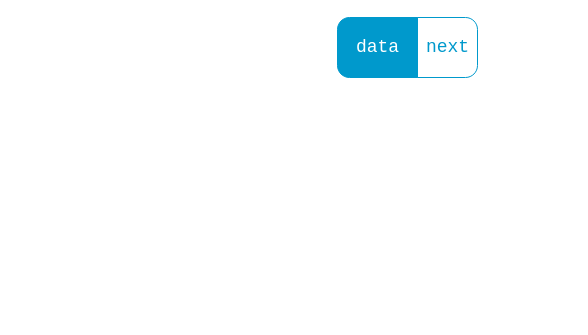
The draw.io diagram page "Node and linked list" (1 of 4) of pictures/linked-list.drawio in vtchitruong/vtchitruong.github.io, before the edit. Source tidied: cells renumbered, new cells numbered last; positions are measured from the earlier drawing's top-left corner, leaving out a move shared by most shapes. Both pictures are drawn from the tidied source at 100%, with x=0, y=0 at pixel (337, 17).
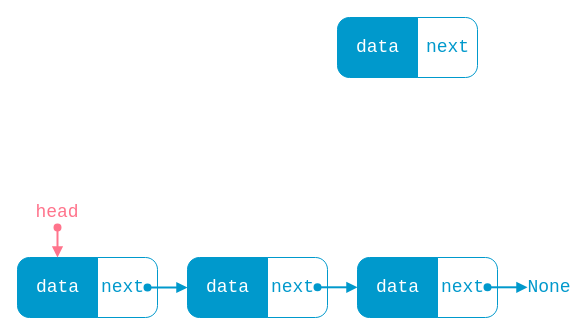
The same diagram, later.

Diff of the diagram source:
```diff
@@
 <mxGraphModel>
   <root>
     <mxCell id="0" />
     <mxCell id="1" parent="0" />
     <mxCell id="2" value="data" style="verticalLabelPosition=middle;verticalAlign=middle;html=1;shape=mxgraph.basic.rect;fillColor2=none;strokeWidth=1;size=12;indent=5;rectStyle=square;topLeftStyle=rounded;bottomLeftStyle=rounded;fillColor=#0099CC;horizontal=1;labelPosition=center;align=center;fontSize=18;fontFamily=Consolas;fontColor=#FFFFFF;strokeColor=#0099CC;" parent="1" vertex="1">
       <mxGeometry width="80" height="60" as="geometry" />
     </mxCell>
     <mxCell id="3" value="next" style="verticalLabelPosition=middle;verticalAlign=middle;html=1;shape=mxgraph.basic.rect;fillColor2=none;strokeWidth=1;size=12;indent=5;rectStyle=square;topLeftStyle=default;bottomLeftStyle=default;fillColor=none;horizontal=1;labelPosition=center;align=center;fontSize=18;fontFamily=Consolas;fontColor=#0099CC;strokeColor=#0099CC;topRightStyle=rounded;bottomRightStyle=rounded;" parent="1" vertex="1">
       <mxGeometry x="80" width="60" height="60" as="geometry" />
     </mxCell>
+    <mxCell id="4" value="data" style="verticalLabelPosition=middle;verticalAlign=middle;html=1;shape=mxgraph.basic.rect;fillColor2=none;strokeWidth=1;size=12;indent=5;rectStyle=square;topLeftStyle=rounded;bottomLeftStyle=rounded;fillColor=#0099CC;horizontal=1;labelPosition=center;align=center;fontSize=18;fontFamily=consolas;fontColor=#FFFFFF;strokeColor=#0099CC;" parent="1" vertex="1">
+      <mxGeometry x="-320" y="240" width="80" height="60" as="geometry" />
+    </mxCell>
+    <mxCell id="5" value="next" style="verticalLabelPosition=middle;verticalAlign=middle;html=1;shape=mxgraph.basic.rect;fillColor2=none;strokeWidth=1;size=12;indent=5;rectStyle=square;topLeftStyle=default;bottomLeftStyle=default;fillColor=none;horizontal=1;labelPosition=center;align=center;fontSize=18;fontFamily=consolas;fontColor=#0099CC;strokeColor=#0099CC;topRightStyle=rounded;bottomRightStyle=rounded;textDirection=ltr;spacingLeft=-10;" parent="1" vertex="1">
+      <mxGeometry x="-240" y="240" width="60" height="60" as="geometry" />
+    </mxCell>
+    <mxCell id="6" value="data" style="verticalLabelPosition=middle;verticalAlign=middle;html=1;shape=mxgraph.basic.rect;fillColor2=none;strokeWidth=1;size=12;indent=5;rectStyle=square;topLeftStyle=rounded;bottomLeftStyle=rounded;fillColor=#0099CC;horizontal=1;labelPosition=center;align=center;fontSize=18;fontFamily=consolas;fontColor=#FFFFFF;strokeColor=#0099CC;" parent="1" vertex="1">
+      <mxGeometry x="-150" y="240" width="80" height="60" as="geometry" />
+    </mxCell>
+    <mxCell id="7" value="next" style="verticalLabelPosition=middle;verticalAlign=middle;html=1;shape=mxgraph.basic.rect;fillColor2=none;strokeWidth=1;size=12;indent=5;rectStyle=square;topLeftStyle=default;bottomLeftStyle=default;fillColor=none;horizontal=1;labelPosition=center;align=center;fontSize=18;fontFamily=consolas;fontColor=#0099CC;strokeColor=#0099CC;topRightStyle=rounded;bottomRightStyle=rounded;spacingLeft=-10;" parent="1" vertex="1">
+      <mxGeometry x="-70" y="240" width="60" height="60" as="geometry" />
+    </mxCell>
+    <mxCell id="8" value="data" style="verticalLabelPosition=middle;verticalAlign=middle;html=1;shape=mxgraph.basic.rect;fillColor2=none;strokeWidth=1;size=12;indent=5;rectStyle=square;topLeftStyle=rounded;bottomLeftStyle=rounded;fillColor=#0099CC;horizontal=1;labelPosition=center;align=center;fontSize=18;fontFamily=consolas;fontColor=#FFFFFF;strokeColor=#0099CC;" parent="1" vertex="1">
+      <mxGeometry x="20" y="240" width="80" height="60" as="geometry" />
+    </mxCell>
+    <mxCell id="9" value="next" style="verticalLabelPosition=middle;verticalAlign=middle;html=1;shape=mxgraph.basic.rect;fillColor2=none;strokeWidth=1;size=12;indent=5;rectStyle=square;topLeftStyle=default;bottomLeftStyle=default;fillColor=none;horizontal=1;labelPosition=center;align=center;fontSize=18;fontFamily=consolas;fontColor=#0099CC;strokeColor=#0099CC;topRightStyle=rounded;bottomRightStyle=rounded;spacingLeft=-10;" parent="1" vertex="1">
+      <mxGeometry x="100" y="240" width="60" height="60" as="geometry" />
+    </mxCell>
+    <mxCell id="10" style="endArrow=block;html=1;rounded=0;fontFamily=consolas;fontSize=18;fontColor=#FFFFFF;strokeColor=#0099CC;endFill=1;strokeWidth=2;startArrow=oval;startFill=1;shadow=0;labelBackgroundColor=#5B9BD5;" parent="1" edge="1">
+      <mxGeometry relative="1" as="geometry">
+        <mxPoint x="-190" y="270" as="sourcePoint" />
+        <mxPoint x="-150" y="270" as="targetPoint" />
+      </mxGeometry>
+    </mxCell>
+    <mxCell id="11" style="endArrow=block;html=1;rounded=0;fontFamily=consolas;fontSize=18;fontColor=#FFFFFF;strokeColor=#0099CC;endFill=1;strokeWidth=2;startArrow=oval;startFill=1;shadow=0;labelBackgroundColor=#5B9BD5;" parent="1" edge="1">
+      <mxGeometry relative="1" as="geometry">
+        <mxPoint x="-20" y="269.8" as="sourcePoint" />
+        <mxPoint x="20" y="269.8" as="targetPoint" />
+      </mxGeometry>
+    </mxCell>
+    <mxCell id="12" style="endArrow=block;html=1;rounded=0;fontFamily=consolas;fontSize=18;fontColor=#FFFFFF;strokeColor=#0099CC;endFill=1;strokeWidth=2;startArrow=oval;startFill=1;shadow=0;labelBackgroundColor=#5B9BD5;" parent="1" edge="1">
+      <mxGeometry relative="1" as="geometry">
+        <mxPoint x="150" y="269.8" as="sourcePoint" />
+        <mxPoint x="190" y="269.8" as="targetPoint" />
+      </mxGeometry>
+    </mxCell>
+    <mxCell id="13" value="head" style="rounded=1;whiteSpace=wrap;html=1;strokeColor=none;fillColor=none;fontFamily=consolas;fontColor=#FF748C;fontSize=18;" parent="1" vertex="1">
+      <mxGeometry x="-310" y="180" width="60" height="30" as="geometry" />
+    </mxCell>
+    <mxCell id="14" style="endArrow=block;html=1;rounded=0;fontFamily=consolas;fontSize=18;fontColor=#FFFFFF;strokeColor=#FF748C;exitX=0.5;exitY=1;exitDx=0;exitDy=0;endFill=1;strokeWidth=2;startArrow=oval;startFill=1;entryX=0.5;entryY=0;entryDx=0;entryDy=0;entryPerimeter=0;" parent="1" edge="1" source="13">
+      <mxGeometry relative="1" as="geometry">
+        <mxPoint x="-280" y="240" as="targetPoint" />
+      </mxGeometry>
+    </mxCell>
+    <mxCell id="15" value="None" style="strokeWidth=1;html=1;shadow=0;dashed=0;shape=mxgraph.ios.iTextInput;strokeColor=none;buttonText=;fontSize=18;whiteSpace=wrap;align=center;comic=0;fontFamily=consolas;fillColor=none;fontColor=#0099CC;" parent="1" vertex="1">
+      <mxGeometry x="190" y="262.5" width="43.5" height="15" as="geometry" />
+    </mxCell>
   </root>
 </mxGraphModel>
```
